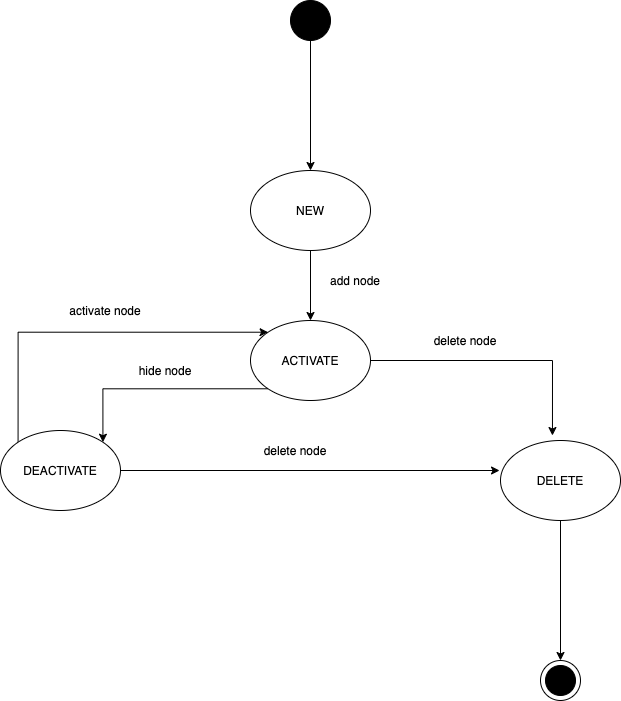
Earlier version of the draw.io export org-chart-state-machine-node.png (1552134/org_chart_diagram). Source tidied: cells renumbered, new cells last; positions are measured from the earlier drawing's top-left corner, leaving out a move shared by most shapes.
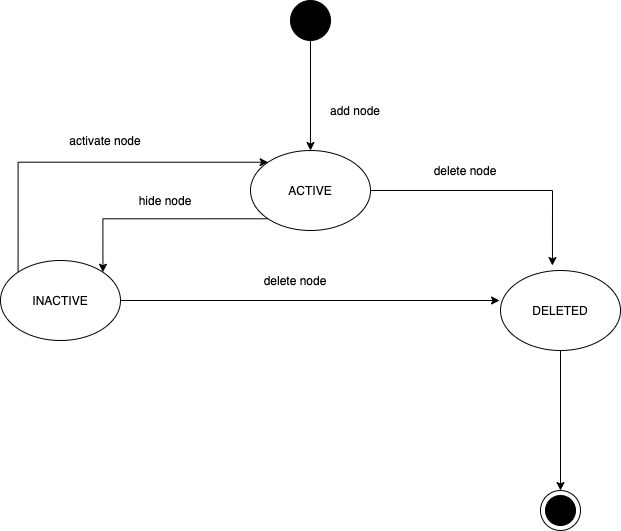
After the commit.

Commit message:
org-chart-v3

Diff of the diagram source:
```diff
@@ -5,24 +5,18 @@
     <mxCell id="2" style="edgeStyle=orthogonalEdgeStyle;rounded=0;jettySize=auto;html=1;" parent="1" edge="1" source="3" target="4">
       <mxGeometry relative="1" as="geometry" />
     </mxCell>
-    <mxCell id="3" value="DELETE" style="ellipse;whiteSpace=wrap;html=1;" parent="1" vertex="1">
+    <mxCell id="3" value="DELETED" style="ellipse;whiteSpace=wrap;html=1;" parent="1" vertex="1">
       <mxGeometry x="500" y="440" width="120" height="80" as="geometry" />
     </mxCell>
     <mxCell id="4" style="shape=mxgraph.sysml.actFinal;html=1;verticalLabelPosition=bottom;labelBackgroundColor=#ffffff;verticalAlign=top;" parent="1" vertex="1">
       <mxGeometry x="540" y="660" width="40" height="40" as="geometry" />
     </mxCell>
-    <mxCell id="5" style="edgeStyle=orthogonalEdgeStyle;rounded=0;jettySize=auto;html=1;entryX=0.5;entryY=0;entryDx=0;entryDy=0;" parent="1" edge="1" source="6" target="8">
+    <mxCell id="5" style="edgeStyle=orthogonalEdgeStyle;rounded=0;jettySize=auto;html=1;entryX=0.5;entryY=0;entryDx=0;entryDy=0;" parent="1" edge="1" source="6" target="14">
       <mxGeometry relative="1" as="geometry" />
     </mxCell>
     <mxCell id="6" style="shape=ellipse;html=1;fillColor=#000000;fontSize=18;fontColor=#ffffff;" parent="1" vertex="1">
-      <mxGeometry x="290" width="40" height="40" as="geometry" />
+      <mxGeometry x="290" y="170" width="40" height="40" as="geometry" />
     </mxCell>
-    <mxCell id="7" style="edgeStyle=orthogonalEdgeStyle;rounded=0;jettySize=auto;html=1;entryX=0.5;entryY=0;entryDx=0;entryDy=0;" parent="1" edge="1" source="8" target="14">
-      <mxGeometry relative="1" as="geometry" />
-    </mxCell>
-    <mxCell id="8" value="NEW" style="ellipse;whiteSpace=wrap;html=1;" parent="1" vertex="1">
-      <mxGeometry x="250" y="170" width="120" height="80" as="geometry" />
-    </mxCell>
     <mxCell id="9" style="edgeStyle=orthogonalEdgeStyle;rounded=0;jettySize=auto;html=1;entryX=-0.008;entryY=0.375;entryDx=0;entryDy=0;entryPerimeter=0;" parent="1" edge="1" source="11" target="3">
       <mxGeometry relative="1" as="geometry" />
     </mxCell>
@@ -33,7 +27,7 @@
         </Array>
       </mxGeometry>
     </mxCell>
-    <mxCell id="11" value="DEACTIVATE" style="ellipse;whiteSpace=wrap;html=1;" parent="1" vertex="1">
+    <mxCell id="11" value="INACTIVE" style="ellipse;whiteSpace=wrap;html=1;" parent="1" vertex="1">
       <mxGeometry y="430" width="120" height="80" as="geometry" />
     </mxCell>
     <mxCell id="12" style="edgeStyle=orthogonalEdgeStyle;rounded=0;jettySize=auto;html=1;entryX=0.433;entryY=-0.062;entryDx=0;entryDy=0;entryPerimeter=0;" parent="1" edge="1" source="14" target="3">
@@ -42,7 +36,7 @@
     <mxCell id="13" style="edgeStyle=orthogonalEdgeStyle;rounded=0;jettySize=auto;html=1;exitX=0;exitY=1;exitDx=0;exitDy=0;entryX=1;entryY=0;entryDx=0;entryDy=0;" parent="1" edge="1" source="14" target="11">
       <mxGeometry relative="1" as="geometry" />
     </mxCell>
-    <mxCell id="14" value="ACTIVATE" style="ellipse;whiteSpace=wrap;html=1;" parent="1" vertex="1">
+    <mxCell id="14" value="ACTIVE" style="ellipse;whiteSpace=wrap;html=1;" parent="1" vertex="1">
       <mxGeometry x="250" y="320" width="120" height="80" as="geometry" />
     </mxCell>
     <mxCell id="15" value="add node" style="text;html=1;strokeColor=none;fillColor=none;align=center;verticalAlign=middle;whiteSpace=wrap;rounded=0;" parent="1" vertex="1">
```
